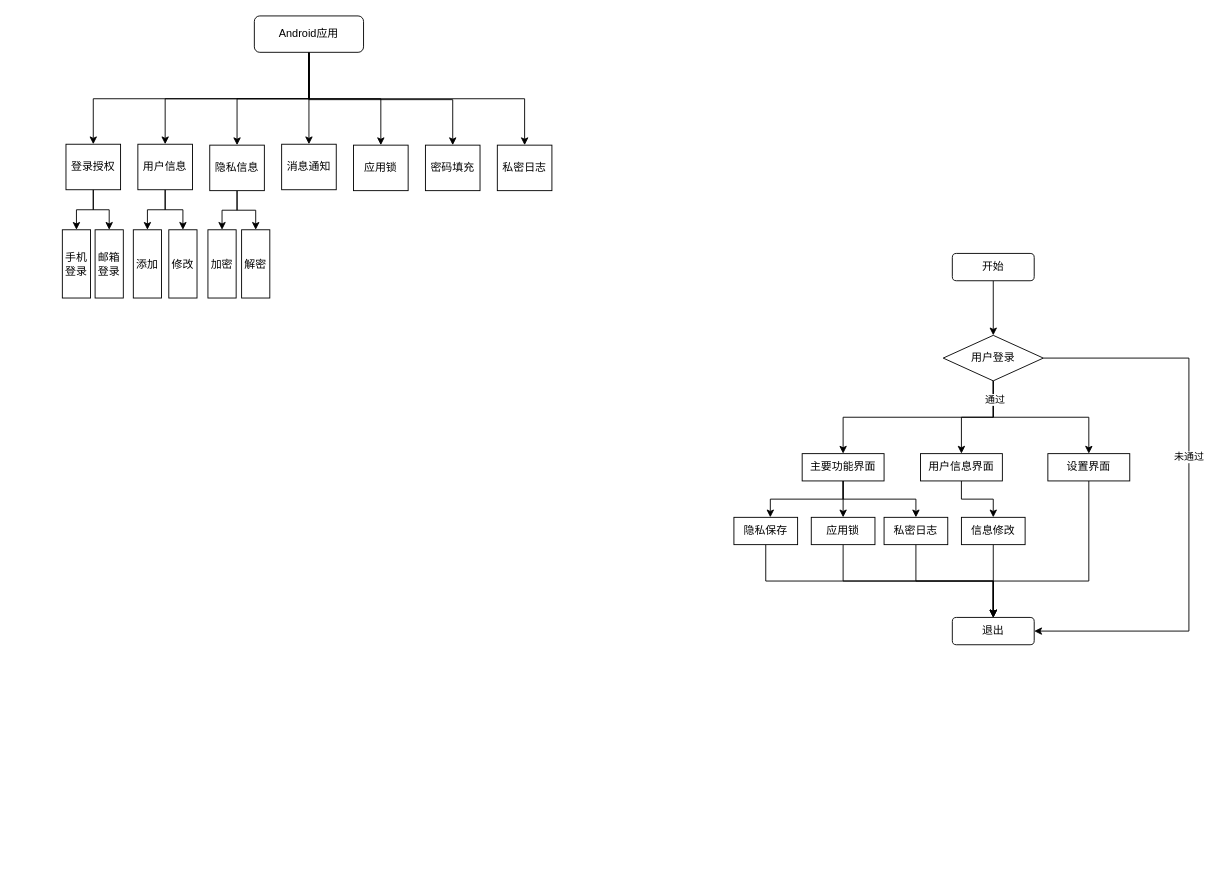
This is 未命名绘图.drawio from 7914-ve/VUtils, a draw.io file, before an edit. Source tidied: cells renumbered, new cells numbered last; positions are measured from the earlier drawing's top-left corner, leaving out a move shared by most shapes. Both pictures are drawn from the tidied source at 91%, with x=0, y=0 at pixel (62, 15).
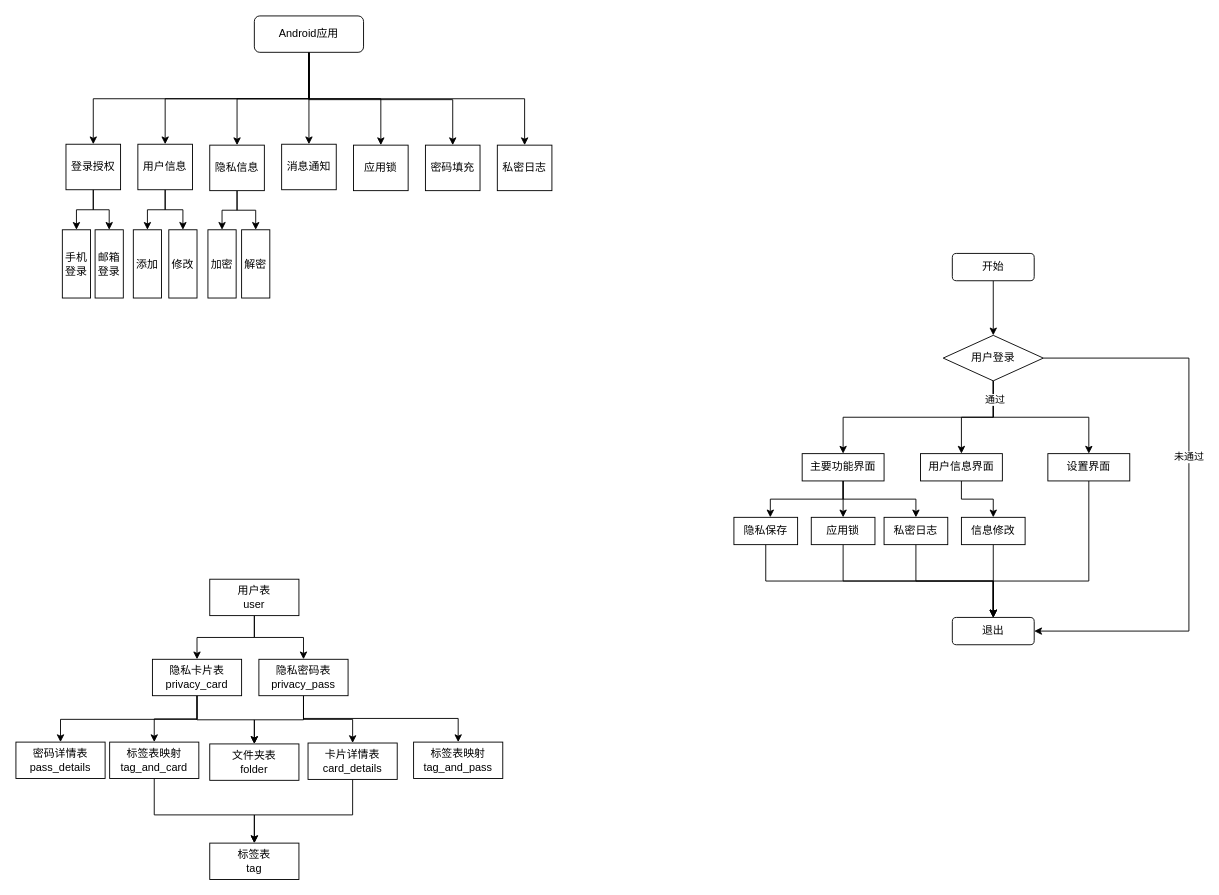
The same diagram, later.

Commit message:
更新未命名绘图.drawio

What changed in the source:
```diff
@@
+    <mxCell id="55" style="edgeStyle=orthogonalEdgeStyle;rounded=0;jettySize=auto;html=1;" parent="1" edge="1" source="57" target="65">
+      <mxGeometry relative="1" as="geometry" />
+    </mxCell>
+    <mxCell id="56" style="edgeStyle=orthogonalEdgeStyle;rounded=0;jettySize=auto;html=1;entryX=0.5;entryY=0;entryDx=0;entryDy=0;" parent="1" edge="1" source="57" target="61">
+      <mxGeometry relative="1" as="geometry" />
+    </mxCell>
+    <mxCell id="57" value="用户表&lt;br&gt;user" style="rounded=0;whiteSpace=wrap;html=1;" parent="1" vertex="1">
+      <mxGeometry x="162" y="619" width="98" height="40" as="geometry" />
+    </mxCell>
+    <mxCell id="58" style="edgeStyle=orthogonalEdgeStyle;rounded=0;jettySize=auto;html=1;" parent="1" edge="1" source="61" target="70">
+      <mxGeometry relative="1" as="geometry" />
+    </mxCell>
+    <mxCell id="59" style="edgeStyle=orthogonalEdgeStyle;rounded=0;jettySize=auto;html=1;" parent="1" edge="1" source="61" target="66">
+      <mxGeometry relative="1" as="geometry">
+        <Array as="points">
+          <mxPoint x="148" y="773" />
+          <mxPoint x="-2" y="773" />
+        </Array>
+      </mxGeometry>
+    </mxCell>
+    <mxCell id="60" style="edgeStyle=orthogonalEdgeStyle;rounded=0;jettySize=auto;html=1;" parent="1" edge="1" source="61" target="72">
+      <mxGeometry relative="1" as="geometry" />
+    </mxCell>
+    <mxCell id="61" value="隐私卡片表&lt;br&gt;privacy_card" style="rounded=0;whiteSpace=wrap;html=1;" parent="1" vertex="1">
+      <mxGeometry x="99" y="707" width="98" height="40" as="geometry" />
+    </mxCell>
+    <mxCell id="62" style="edgeStyle=orthogonalEdgeStyle;rounded=0;jettySize=auto;html=1;" parent="1" edge="1" source="65" target="70">
+      <mxGeometry relative="1" as="geometry" />
+    </mxCell>
+    <mxCell id="63" style="edgeStyle=orthogonalEdgeStyle;rounded=0;jettySize=auto;html=1;" parent="1" edge="1" source="65" target="68">
+      <mxGeometry relative="1" as="geometry" />
+    </mxCell>
+    <mxCell id="64" style="edgeStyle=orthogonalEdgeStyle;rounded=0;jettySize=auto;html=1;" parent="1" edge="1" source="65" target="73">
+      <mxGeometry relative="1" as="geometry">
+        <Array as="points">
+          <mxPoint x="265" y="772" />
+          <mxPoint x="435" y="772" />
+        </Array>
+      </mxGeometry>
+    </mxCell>
+    <mxCell id="65" value="隐私密码表&lt;br&gt;privacy_pass" style="rounded=0;whiteSpace=wrap;html=1;" parent="1" vertex="1">
+      <mxGeometry x="216" y="707" width="98" height="40" as="geometry" />
+    </mxCell>
+    <mxCell id="66" value="密码详情表&lt;br&gt;pass_details" style="rounded=0;whiteSpace=wrap;html=1;" parent="1" vertex="1">
+      <mxGeometry x="-51" y="798" width="98" height="40" as="geometry" />
+    </mxCell>
+    <mxCell id="67" style="edgeStyle=orthogonalEdgeStyle;rounded=0;jettySize=auto;html=1;entryX=0.5;entryY=0;entryDx=0;entryDy=0;" parent="1" edge="1" source="68" target="69">
+      <mxGeometry relative="1" as="geometry">
+        <Array as="points">
+          <mxPoint x="319" y="878" />
+          <mxPoint x="211" y="878" />
+        </Array>
+      </mxGeometry>
+    </mxCell>
+    <mxCell id="68" value="卡片详情表&lt;br&gt;card_details" style="rounded=0;whiteSpace=wrap;html=1;" parent="1" vertex="1">
+      <mxGeometry x="270" y="799" width="98" height="40" as="geometry" />
+    </mxCell>
+    <mxCell id="69" value="标签表&lt;br&gt;tag" style="rounded=0;whiteSpace=wrap;html=1;" parent="1" vertex="1">
+      <mxGeometry x="162" y="909" width="98" height="40" as="geometry" />
+    </mxCell>
+    <mxCell id="70" value="文件夹表&lt;br&gt;folder" style="rounded=0;whiteSpace=wrap;html=1;" parent="1" vertex="1">
+      <mxGeometry x="162" y="800" width="98" height="40" as="geometry" />
+    </mxCell>
+    <mxCell id="71" style="edgeStyle=orthogonalEdgeStyle;rounded=0;jettySize=auto;html=1;" parent="1" edge="1" source="72" target="69">
+      <mxGeometry relative="1" as="geometry">
+        <Array as="points">
+          <mxPoint x="101" y="878" />
+          <mxPoint x="211" y="878" />
+        </Array>
+      </mxGeometry>
+    </mxCell>
+    <mxCell id="72" value="标签表映射&lt;br&gt;tag_and_card" style="rounded=0;whiteSpace=wrap;html=1;" parent="1" vertex="1">
+      <mxGeometry x="52" y="798" width="98" height="40" as="geometry" />
+    </mxCell>
+    <mxCell id="73" value="标签表映射&lt;br&gt;tag_and_pass" style="rounded=0;whiteSpace=wrap;html=1;" parent="1" vertex="1">
+      <mxGeometry x="386" y="798" width="98" height="40" as="geometry" />
+    </mxCell>
```
